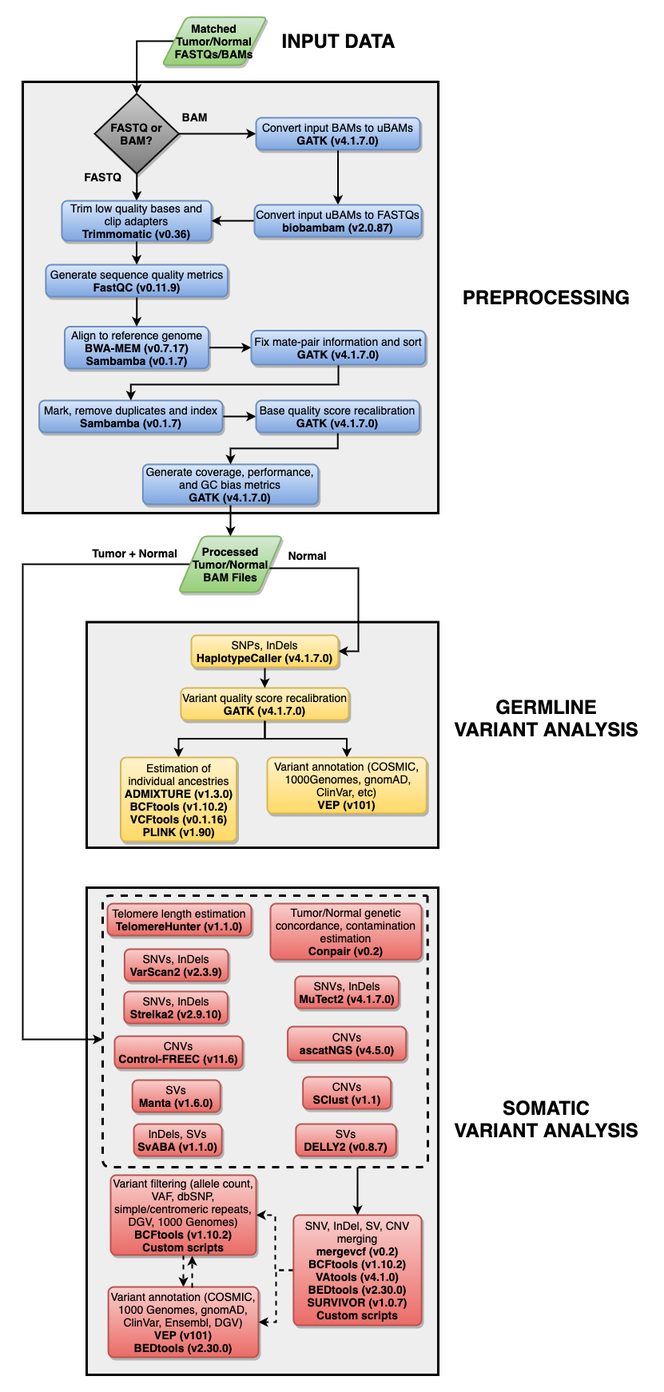
pblaney/mgp1000 keeps this draw.io diagram as MGP1000Pipeline.png. Above is the earlier version. Source tidied: cells renumbered, new cells last; positions are measured from the earlier drawing's top-left corner, leaving out a move shared by most shapes.
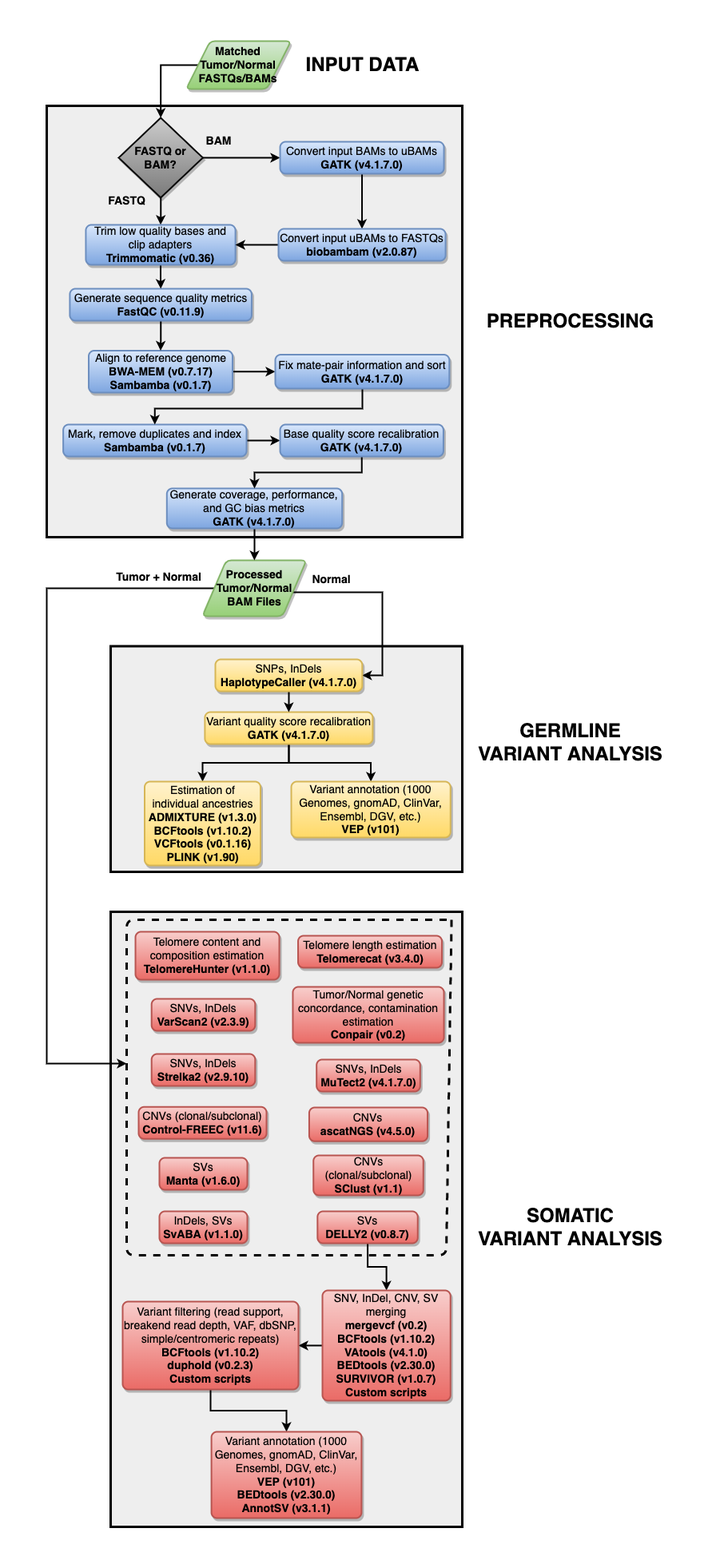
Later version of the same file.

Commit message:
updated pipeline schematic

What changed in the source:
```diff
@@ -3,7 +3,7 @@
     <mxCell id="0" />
     <mxCell id="1" parent="0" />
     <mxCell id="2" style="rounded=0;whiteSpace=wrap;html=1;shadow=0;glass=0;comic=0;strokeColor=#000000;strokeWidth=3;fillColor=#eeeeee;fontSize=13;direction=south;" parent="1" vertex="1">
-      <mxGeometry x="80" y="1090" width="440" height="610" as="geometry" />
+      <mxGeometry x="80" y="1090" width="440" height="770" as="geometry" />
     </mxCell>
     <mxCell id="3" style="rounded=0;whiteSpace=wrap;html=1;shadow=0;glass=0;comic=0;strokeColor=#000000;strokeWidth=3;fillColor=#eeeeee;fontSize=13;direction=south;" parent="1" vertex="1">
       <mxGeometry x="80" y="757.5" width="440" height="282.5" as="geometry" />
@@ -46,7 +46,7 @@
       <mxGeometry x="545" y="336" width="220" height="30" as="geometry" />
     </mxCell>
     <mxCell id="15" value="&lt;font style=&quot;font-size: 14px&quot;&gt;Tumor/Normal genetic concordance, contamination estimation&lt;br&gt;&lt;b&gt;Conpair (v0.2)&lt;/b&gt;&lt;/font&gt;" style="rounded=1;whiteSpace=wrap;html=1;absoluteArcSize=1;arcSize=14;strokeWidth=2;shadow=1;comic=0;fillColor=#f8cecc;strokeColor=#b85450;fontStyle=0;gradientColor=#ea6b66;" parent="1" vertex="1">
-      <mxGeometry x="310" y="1110" width="189.1" height="70" as="geometry" />
+      <mxGeometry x="308" y="1184" width="189.1" height="70" as="geometry" />
     </mxCell>
     <mxCell id="16" style="edgeStyle=orthogonalEdgeStyle;rounded=0;jettySize=auto;html=1;entryX=1;entryY=0.5;entryDx=0;entryDy=0;strokeWidth=2;fontSize=24;" parent="1" edge="1" source="18" target="57">
       <mxGeometry relative="1" as="geometry">
@@ -69,34 +69,37 @@
       <mxGeometry x="194.7" y="650" width="130.3" height="70" as="geometry" />
     </mxCell>
     <mxCell id="19" value="&lt;font style=&quot;font-size: 14px&quot;&gt;InDels, SVs&lt;br&gt;&lt;b&gt;&lt;font style=&quot;font-size: 14px&quot;&gt;SvABA (v1.1.0)&lt;/font&gt;&lt;/b&gt;&lt;/font&gt;" style="rounded=1;whiteSpace=wrap;html=1;absoluteArcSize=1;arcSize=14;strokeWidth=2;shadow=1;comic=0;fillColor=#f8cecc;strokeColor=#b85450;gradientColor=#ea6b66;" parent="1" vertex="1">
-      <mxGeometry x="139.1" y="1386" width="110" height="40" as="geometry" />
+      <mxGeometry x="141" y="1465" width="110" height="40" as="geometry" />
     </mxCell>
     <mxCell id="20" value="&lt;font style=&quot;font-size: 14px&quot;&gt;SNVs, InDels&lt;br&gt;&lt;b&gt;&lt;font style=&quot;font-size: 14px&quot;&gt;VarScan2 (v2.3.9)&lt;/font&gt;&lt;/b&gt;&lt;/font&gt;" style="rounded=1;whiteSpace=wrap;html=1;absoluteArcSize=1;arcSize=14;strokeWidth=2;shadow=1;comic=0;fillColor=#f8cecc;strokeColor=#b85450;gradientColor=#ea6b66;" parent="1" vertex="1">
-      <mxGeometry x="127.4" y="1167" width="129.6" height="40" as="geometry" />
+      <mxGeometry x="131.2" y="1199" width="129.6" height="40" as="geometry" />
     </mxCell>
     <mxCell id="21" value="&lt;font style=&quot;font-size: 14px&quot;&gt;SNVs, InDels&lt;br&gt;&lt;b&gt;&lt;font style=&quot;font-size: 14px&quot;&gt;Strelka2 (v2.9.10)&lt;/font&gt;&lt;/b&gt;&lt;/font&gt;" style="rounded=1;whiteSpace=wrap;html=1;absoluteArcSize=1;arcSize=14;strokeWidth=2;shadow=1;comic=0;fillColor=#f8cecc;strokeColor=#b85450;gradientColor=#ea6b66;" parent="1" vertex="1">
-      <mxGeometry x="126.8" y="1220" width="129.6" height="40" as="geometry" />
+      <mxGeometry x="131.2" y="1268" width="129.6" height="40" as="geometry" />
     </mxCell>
     <mxCell id="22" value="&lt;font style=&quot;font-size: 14px&quot;&gt;SNVs, InDels&lt;br&gt;&lt;b&gt;&lt;font style=&quot;font-size: 14px&quot;&gt;MuTect2 (v4.1.7.0)&lt;/font&gt;&lt;/b&gt;&lt;/font&gt;" style="rounded=1;whiteSpace=wrap;html=1;absoluteArcSize=1;arcSize=14;strokeWidth=2;shadow=1;comic=0;fillColor=#f8cecc;strokeColor=#b85450;gradientColor=#ea6b66;" parent="1" vertex="1">
-      <mxGeometry x="340.8" y="1201" width="129.6" height="40" as="geometry" />
+      <mxGeometry x="337.7" y="1275" width="129.6" height="40" as="geometry" />
     </mxCell>
     <mxCell id="23" value="&lt;font style=&quot;font-size: 14px&quot;&gt;SVs&lt;br&gt;&lt;b&gt;&lt;font style=&quot;font-size: 14px&quot;&gt;Manta (v1.6.0)&lt;/font&gt;&lt;/b&gt;&lt;/font&gt;" style="rounded=1;whiteSpace=wrap;html=1;absoluteArcSize=1;arcSize=14;strokeWidth=2;shadow=1;comic=0;fillColor=#f8cecc;strokeColor=#b85450;gradientColor=#ea6b66;" parent="1" vertex="1">
-      <mxGeometry x="137.2" y="1331" width="110" height="40" as="geometry" />
+      <mxGeometry x="141" y="1398" width="110" height="40" as="geometry" />
     </mxCell>
+    <mxCell id="66" style="edgeStyle=orthogonalEdgeStyle;rounded=0;jettySize=auto;html=1;entryX=0.5;entryY=0;entryDx=0;entryDy=0;strokeWidth=2;" parent="1" edge="1" source="24" target="36">
+      <mxGeometry relative="1" as="geometry" />
+    </mxCell>
     <mxCell id="24" value="&lt;font style=&quot;font-size: 14px&quot;&gt;SVs&lt;br&gt;&lt;b&gt;&lt;font style=&quot;font-size: 14px&quot;&gt;DELLY2 (v0.8.7)&lt;/font&gt;&lt;/b&gt;&lt;/font&gt;" style="rounded=1;whiteSpace=wrap;html=1;absoluteArcSize=1;arcSize=14;strokeWidth=2;shadow=1;comic=0;fillColor=#f8cecc;strokeColor=#b85450;gradientColor=#ea6b66;" parent="1" vertex="1">
-      <mxGeometry x="341.8" y="1386" width="125.4" height="40" as="geometry" />
+      <mxGeometry x="338.9" y="1465" width="125.4" height="40" as="geometry" />
     </mxCell>
-    <mxCell id="25" value="&lt;font style=&quot;font-size: 14px&quot;&gt;CNVs&lt;br&gt;&lt;b&gt;&lt;font style=&quot;font-size: 14px&quot;&gt;SClust (v1.1)&lt;/font&gt;&lt;/b&gt;&lt;/font&gt;" style="rounded=1;whiteSpace=wrap;html=1;absoluteArcSize=1;arcSize=14;strokeWidth=2;shadow=1;comic=0;fillColor=#f8cecc;strokeColor=#b85450;gradientColor=#ea6b66;" parent="1" vertex="1">
-      <mxGeometry x="350.6" y="1327" width="110" height="40" as="geometry" />
+    <mxCell id="25" value="&lt;font style=&quot;font-size: 14px&quot;&gt;CNVs (clonal/subclonal)&lt;br&gt;&lt;b&gt;&lt;font style=&quot;font-size: 14px&quot;&gt;SClust (v1.1)&lt;/font&gt;&lt;/b&gt;&lt;/font&gt;" style="rounded=1;whiteSpace=wrap;html=1;absoluteArcSize=1;arcSize=14;strokeWidth=2;shadow=1;comic=0;fillColor=#f8cecc;strokeColor=#b85450;gradientColor=#ea6b66;" parent="1" vertex="1">
+      <mxGeometry x="333.8" y="1395" width="137.5" height="50" as="geometry" />
     </mxCell>
-    <mxCell id="26" value="&lt;font style=&quot;font-size: 14px&quot;&gt;CNVs&lt;br&gt;&lt;b&gt;&lt;font style=&quot;font-size: 14px&quot;&gt;Control-FREEC (v11.6)&lt;/font&gt;&lt;/b&gt;&lt;/font&gt;" style="rounded=1;whiteSpace=wrap;html=1;absoluteArcSize=1;arcSize=14;strokeWidth=2;shadow=1;comic=0;fillColor=#f8cecc;strokeColor=#b85450;gradientColor=#ea6b66;" parent="1" vertex="1">
-      <mxGeometry x="115" y="1276" width="160" height="40" as="geometry" />
+    <mxCell id="26" value="&lt;font style=&quot;font-size: 14px&quot;&gt;CNVs (clonal/subclonal)&lt;br&gt;&lt;b&gt;&lt;font style=&quot;font-size: 14px&quot;&gt;Control-FREEC (v11.6)&lt;/font&gt;&lt;/b&gt;&lt;/font&gt;" style="rounded=1;whiteSpace=wrap;html=1;absoluteArcSize=1;arcSize=14;strokeWidth=2;shadow=1;comic=0;fillColor=#f8cecc;strokeColor=#b85450;gradientColor=#ea6b66;" parent="1" vertex="1">
+      <mxGeometry x="115" y="1334.2" width="160" height="40" as="geometry" />
     </mxCell>
     <mxCell id="27" value="&lt;font style=&quot;font-size: 14px&quot;&gt;CNVs&lt;br&gt;&lt;b&gt;&lt;font style=&quot;font-size: 14px&quot;&gt;ascatNGS (v4.5.0)&lt;/font&gt;&lt;/b&gt;&lt;/font&gt;" style="rounded=1;whiteSpace=wrap;html=1;absoluteArcSize=1;arcSize=14;strokeWidth=2;shadow=1;comic=0;fillColor=#f8cecc;strokeColor=#b85450;gradientColor=#ea6b66;" parent="1" vertex="1">
-      <mxGeometry x="331.6" y="1264" width="148.1" height="42.2" as="geometry" />
+      <mxGeometry x="328.4" y="1335" width="148.1" height="42.2" as="geometry" />
     </mxCell>
     <mxCell id="28" value="&lt;b style=&quot;font-size: 21px&quot;&gt;&lt;font style=&quot;font-size: 24px&quot;&gt;&lt;font style=&quot;font-size: 24px&quot;&gt;SOMATIC&lt;br&gt;VARIANT ANALYSIS&lt;/font&gt;&lt;br style=&quot;font-size: 21px&quot;&gt;&lt;/font&gt;&lt;/b&gt;" style="text;html=1;align=center;verticalAlign=middle;fillColor=none;strokeColor=none;rounded=0;shadow=1;comic=0;fontSize=21;" parent="1" vertex="1">
-      <mxGeometry x="530" y="1350" width="250" height="60" as="geometry" />
+      <mxGeometry x="530" y="1455" width="250" height="60" as="geometry" />
     </mxCell>
     <mxCell id="29" style="edgeStyle=orthogonalEdgeStyle;rounded=0;jettySize=auto;html=1;entryX=0.5;entryY=0;entryDx=0;entryDy=0;strokeWidth=2;fontSize=24;" parent="1" edge="1" source="31" target="32">
       <mxGeometry relative="1" as="geometry" />
@@ -107,39 +110,26 @@
     <mxCell id="31" value="&lt;font style=&quot;font-size: 14px&quot;&gt;Variant quality score recalibration&lt;br&gt;&lt;b&gt;&lt;font style=&quot;font-size: 14px&quot;&gt;GATK (v4.1.7.0)&lt;/font&gt;&lt;/b&gt;&lt;/font&gt;" style="rounded=1;whiteSpace=wrap;html=1;absoluteArcSize=1;arcSize=14;strokeWidth=2;shadow=1;comic=0;fillColor=#fff2cc;strokeColor=#d6b656;gradientColor=#ffd966;" parent="1" vertex="1">
       <mxGeometry x="197.9" y="840" width="210" height="40" as="geometry" />
     </mxCell>
-    <mxCell id="32" value="&lt;font style=&quot;font-size: 14px&quot;&gt;Variant annotation (COSMIC, &amp;nbsp;1000Genomes, gnomAD, ClinVar, etc)&lt;br&gt;&lt;b&gt;&lt;font style=&quot;font-size: 14px&quot;&gt;VEP (v101)&lt;/font&gt;&lt;/b&gt;&lt;/font&gt;" style="rounded=1;whiteSpace=wrap;html=1;absoluteArcSize=1;arcSize=14;strokeWidth=2;shadow=1;comic=0;fillColor=#fff2cc;strokeColor=#d6b656;gradientColor=#ffd966;" parent="1" vertex="1">
+    <mxCell id="32" value="&lt;font style=&quot;font-size: 14px&quot;&gt;Variant annotation (1000 Genomes, gnomAD, ClinVar, Ensembl, DGV, etc.)&lt;br&gt;&lt;b&gt;&lt;font style=&quot;font-size: 14px&quot;&gt;VEP (v101)&lt;/font&gt;&lt;/b&gt;&lt;/font&gt;" style="rounded=1;whiteSpace=wrap;html=1;absoluteArcSize=1;arcSize=14;strokeWidth=2;shadow=1;comic=0;fillColor=#fff2cc;strokeColor=#d6b656;gradientColor=#ffd966;" parent="1" vertex="1">
       <mxGeometry x="306" y="927" width="199.2" height="70" as="geometry" />
     </mxCell>
     <mxCell id="33" value="&lt;b&gt;&lt;font&gt;&lt;font style=&quot;font-size: 24px&quot;&gt;GERMLINE&lt;br&gt;VARIANT ANALYSIS&lt;/font&gt;&lt;br style=&quot;font-size: 21px&quot;&gt;&lt;/font&gt;&lt;/b&gt;" style="text;html=1;align=center;verticalAlign=middle;fillColor=none;strokeColor=none;rounded=0;shadow=1;comic=0;fontSize=21;" parent="1" vertex="1">
       <mxGeometry x="530" y="848" width="250" height="60" as="geometry" />
     </mxCell>
-    <mxCell id="34" style="edgeStyle=orthogonalEdgeStyle;rounded=0;jettySize=auto;html=1;entryX=1;entryY=0.5;entryDx=0;entryDy=0;dashed=1;strokeColor=default;strokeWidth=2;" parent="1" edge="1" source="36" target="38">
-      <mxGeometry relative="1" as="geometry">
-        <Array as="points">
-          <mxPoint x="316" y="1569" />
-          <mxPoint x="316" y="1500" />
-        </Array>
-      </mxGeometry>
+    <mxCell id="34" style="edgeStyle=orthogonalEdgeStyle;rounded=0;jettySize=auto;html=1;entryX=1;entryY=0.5;entryDx=0;entryDy=0;strokeWidth=2;" parent="1" edge="1" source="36" target="38">
+      <mxGeometry relative="1" as="geometry" />
     </mxCell>
-    <mxCell id="35" style="edgeStyle=orthogonalEdgeStyle;rounded=0;jettySize=auto;html=1;entryX=1;entryY=0.5;entryDx=0;entryDy=0;dashed=1;strokeColor=default;strokeWidth=2;" parent="1" edge="1" source="36" target="39">
-      <mxGeometry relative="1" as="geometry">
-        <Array as="points">
-          <mxPoint x="317" y="1569" />
-          <mxPoint x="317" y="1634" />
-        </Array>
-      </mxGeometry>
-    </mxCell>
-    <mxCell id="36" value="&lt;font style=&quot;font-size: 14px&quot;&gt;SNV, InDel, SV, CNV merging&lt;br&gt;&lt;b&gt;mergevcf (v0.2)&lt;br&gt;&lt;/b&gt;&lt;b&gt;BCFtools (v1.10.2)&lt;/b&gt;&lt;b&gt;&lt;br&gt;VAtools (v4.1.0)&lt;br&gt;&lt;/b&gt;&lt;b&gt;BEDtools (v2.30.0)&lt;br&gt;SURVIVOR (v1.0.7)&lt;br&gt;Custom scripts&lt;br&gt;&lt;/b&gt;&lt;/font&gt;" style="rounded=1;whiteSpace=wrap;html=1;absoluteArcSize=1;arcSize=14;strokeWidth=2;shadow=1;comic=0;fillColor=#f8cecc;strokeColor=#b85450;gradientColor=#ea6b66;" parent="1" vertex="1">
-      <mxGeometry x="338.9" y="1500" width="160.2" height="138" as="geometry" />
+    <mxCell id="36" value="&lt;font style=&quot;font-size: 14px&quot;&gt;SNV, InDel, CNV, SV merging&lt;br&gt;&lt;b&gt;mergevcf (v0.2)&lt;br&gt;&lt;/b&gt;&lt;b&gt;BCFtools (v1.10.2)&lt;/b&gt;&lt;b&gt;&lt;br&gt;VAtools (v4.1.0)&lt;br&gt;&lt;/b&gt;&lt;b&gt;BEDtools (v2.30.0)&lt;br&gt;SURVIVOR (v1.0.7)&lt;br&gt;Custom scripts&lt;br&gt;&lt;/b&gt;&lt;/font&gt;" style="rounded=1;whiteSpace=wrap;html=1;absoluteArcSize=1;arcSize=14;strokeWidth=2;shadow=1;comic=0;fillColor=#f8cecc;strokeColor=#b85450;gradientColor=#ea6b66;" parent="1" vertex="1">
+      <mxGeometry x="345" y="1564" width="160.2" height="138" as="geometry" />
     </mxCell>
-    <mxCell id="37" style="edgeStyle=orthogonalEdgeStyle;rounded=0;jettySize=auto;html=1;entryX=0.5;entryY=0;entryDx=0;entryDy=0;dashed=1;strokeColor=default;strokeWidth=2;" parent="1" edge="1" source="38" target="39">
+    <mxCell id="37" style="edgeStyle=orthogonalEdgeStyle;rounded=0;jettySize=auto;html=1;entryX=0.5;entryY=0;entryDx=0;entryDy=0;strokeWidth=2;" parent="1" edge="1" source="38" target="39">
       <mxGeometry relative="1" as="geometry" />
     </mxCell>
-    <mxCell id="38" value="&lt;font style=&quot;font-size: 14px&quot;&gt;Variant filtering (allele count, VAF, dbSNP, simple/centromeric repeats, DGV, 1000 Genomes)&lt;br&gt;&lt;/font&gt;&lt;b style=&quot;font-size: 14px&quot;&gt;BCFtools (v1.10.2)&lt;/b&gt;&lt;b style=&quot;font-size: 14px&quot;&gt;&lt;br&gt;Custom scripts&lt;br&gt;&lt;/b&gt;" style="rounded=1;whiteSpace=wrap;html=1;absoluteArcSize=1;arcSize=14;strokeWidth=2;shadow=1;comic=0;fillColor=#f8cecc;strokeColor=#b85450;gradientColor=#ea6b66;" parent="1" vertex="1">
-      <mxGeometry x="110" y="1450" width="182" height="100" as="geometry" />
+    <mxCell id="38" value="&lt;font style=&quot;font-size: 14px&quot;&gt;Variant filtering (read support, breakend read depth, VAF, dbSNP, simple/centromeric repeats)&lt;br&gt;&lt;/font&gt;&lt;b style=&quot;font-size: 14px&quot;&gt;BCFtools (v1.10.2)&lt;/b&gt;&lt;b style=&quot;font-size: 14px&quot;&gt;&lt;br&gt;duphold (v0.2.3)&lt;br&gt;Custom scripts&lt;br&gt;&lt;/b&gt;" style="rounded=1;whiteSpace=wrap;html=1;absoluteArcSize=1;arcSize=14;strokeWidth=2;shadow=1;comic=0;fillColor=#f8cecc;strokeColor=#b85450;gradientColor=#ea6b66;" parent="1" vertex="1">
+      <mxGeometry x="95" y="1578" width="220" height="110" as="geometry" />
     </mxCell>
-    <mxCell id="39" value="&lt;font style=&quot;font-size: 14px&quot;&gt;Variant annotation (COSMIC, 1000 Genomes, gnomAD, ClinVar, Ensembl, DGV)&lt;br&gt;&lt;b&gt;VEP (v101)&lt;br&gt;&lt;/b&gt;&lt;/font&gt;&lt;b style=&quot;font-size: 14px&quot;&gt;BEDtools (v2.30.0)&lt;/b&gt;&lt;b style=&quot;font-size: 14px&quot;&gt;&lt;br&gt;&lt;/b&gt;" style="rounded=1;whiteSpace=wrap;html=1;absoluteArcSize=1;arcSize=14;strokeWidth=2;shadow=1;comic=0;fillColor=#f8cecc;strokeColor=#b85450;gradientColor=#ea6b66;" parent="1" vertex="1">
-      <mxGeometry x="107.1" y="1590" width="187.8" height="88" as="geometry" />
+    <mxCell id="39" value="&lt;font style=&quot;font-size: 14px&quot;&gt;Variant annotation (1000 Genomes, gnomAD, ClinVar, Ensembl, DGV, etc.)&lt;br&gt;&lt;b&gt;VEP (v101)&lt;br&gt;&lt;/b&gt;&lt;/font&gt;&lt;b style=&quot;font-size: 14px&quot;&gt;BEDtools (v2.30.0)&lt;br&gt;&lt;/b&gt;&lt;b style=&quot;font-size: 14px&quot;&gt;AnnotSV (v3.1.1)&lt;br&gt;&lt;/b&gt;" style="rounded=1;whiteSpace=wrap;html=1;absoluteArcSize=1;arcSize=14;strokeWidth=2;shadow=1;comic=0;fillColor=#f8cecc;strokeColor=#b85450;gradientColor=#ea6b66;" parent="1" vertex="1">
+      <mxGeometry x="206.1" y="1741" width="187.8" height="108" as="geometry" />
     </mxCell>
     <mxCell id="40" style="edgeStyle=orthogonalEdgeStyle;rounded=0;jettySize=auto;html=1;entryX=0;entryY=0.5;entryDx=0;entryDy=0;strokeWidth=2;" parent="1" edge="1" source="42" target="44">
       <mxGeometry relative="1" as="geometry" />
@@ -212,32 +202,25 @@
     <mxCell id="61" value="Tumor + Normal" style="text;html=1;align=center;verticalAlign=middle;fillColor=none;strokeColor=none;rounded=0;shadow=1;comic=0;fontStyle=1;fontSize=14;" parent="1" vertex="1">
       <mxGeometry x="80" y="661" width="120" height="20" as="geometry" />
     </mxCell>
-    <mxCell id="62" value="&lt;font style=&quot;font-size: 14px&quot;&gt;Telomere length estimation&lt;br&gt;&lt;b&gt;&lt;font style=&quot;font-size: 14px&quot;&gt;TelomereHunter (v1.1.0)&lt;/font&gt;&lt;/b&gt;&lt;/font&gt;" style="rounded=1;whiteSpace=wrap;html=1;absoluteArcSize=1;arcSize=14;strokeWidth=2;shadow=1;comic=0;fillColor=#f8cecc;strokeColor=#b85450;gradientColor=#ea6b66;" parent="1" vertex="1">
-      <mxGeometry x="106" y="1110" width="180" height="40" as="geometry" />
+    <mxCell id="62" value="&lt;font style=&quot;font-size: 14px&quot;&gt;Telomere content and composition estimation&lt;br&gt;&lt;b&gt;&lt;font style=&quot;font-size: 14px&quot;&gt;TelomereHunter (v1.1.0)&lt;/font&gt;&lt;/b&gt;&lt;/font&gt;" style="rounded=1;whiteSpace=wrap;html=1;absoluteArcSize=1;arcSize=14;strokeWidth=2;shadow=1;comic=0;fillColor=#f8cecc;strokeColor=#b85450;gradientColor=#ea6b66;" parent="1" vertex="1">
+      <mxGeometry x="111" y="1115" width="180" height="60" as="geometry" />
     </mxCell>
     <mxCell id="63" style="endArrow=none;dashed=1;html=1;strokeWidth=3;" parent="1" edge="1">
       <mxGeometry relative="1" as="geometry">
         <mxPoint x="506.6" y="1100" as="sourcePoint" />
         <mxPoint x="506.6" y="1100" as="targetPoint" />
         <Array as="points">
-          <mxPoint x="507" y="1440" />
-          <mxPoint x="100" y="1440" />
+          <mxPoint x="500" y="1520" />
+          <mxPoint x="310" y="1520" />
+          <mxPoint x="100" y="1520" />
           <mxPoint x="100" y="1160" />
           <mxPoint x="100" y="1100" />
           <mxPoint x="300" y="1100" />
         </Array>
       </mxGeometry>
     </mxCell>
-    <mxCell id="64" style="endArrow=classic;html=1;strokeWidth=2;entryX=0.5;entryY=0;entryDx=0;entryDy=0;" parent="1" edge="1" target="36">
-      <mxGeometry relative="1" as="geometry">
-        <mxPoint x="419" y="1440" as="sourcePoint" />
-      </mxGeometry>
-    </mxCell>
-    <mxCell id="65" style="edgeStyle=orthogonalEdgeStyle;rounded=0;orthogonalLoop=1;jettySize=auto;html=1;entryX=0.5;entryY=0;entryDx=0;entryDy=0;dashed=1;strokeColor=default;strokeWidth=2;" parent="1" edge="1">
-      <mxGeometry relative="1" as="geometry">
-        <mxPoint x="212" y="1591" as="sourcePoint" />
-        <mxPoint x="212" y="1551" as="targetPoint" />
-      </mxGeometry>
-    </mxCell>
+    <mxCell id="67" value="&lt;font style=&quot;font-size: 14px&quot;&gt;Telomere length estimation&lt;br&gt;&lt;b&gt;&lt;font style=&quot;font-size: 14px&quot;&gt;Telomerecat (v3.4.0)&lt;/font&gt;&lt;/b&gt;&lt;/font&gt;" style="rounded=1;whiteSpace=wrap;html=1;absoluteArcSize=1;arcSize=14;strokeWidth=2;shadow=1;comic=0;fillColor=#f8cecc;strokeColor=#b85450;gradientColor=#ea6b66;" parent="1" vertex="1">
+      <mxGeometry x="314.5" y="1120" width="180" height="40" as="geometry" />
+    </mxCell>
   </root>
 </mxGraphModel>
```
